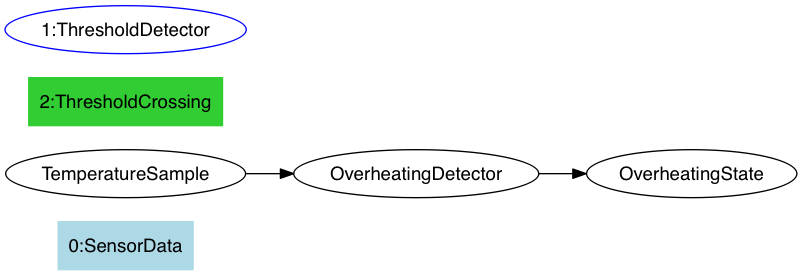
google/detectorgraph keeps this Graphviz diagram as readme_graph.png. Above is the earlier version. Its source is kept beside it as readme_graph.dot.
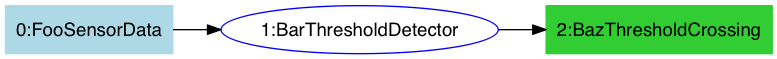
Later version of the same file.

The edit, as a diff of the source:
```diff
@@ -2,9 +2,9 @@
     rankdir = "LR";
     node[fontname=Helvetica];
     size="12,5";
-    "SensorData" [label="0:SensorData",style=filled, shape=box, color=lightblue];
-        "SensorData" -> "ThresholdDetector";
-        "ThresholdDetector" -> "ThresholdCrossing";
-    "ThresholdCrossing" [label="2:ThresholdCrossing",style=filled, shape=box, color=limegreen];
-    "ThresholdDetector" [label="1:ThresholdDetector", color=blue];
+    "FooSensorData" [label="0:FooSensorData",style=filled, shape=box, color=lightblue];
+        "FooSensorData" -> "BarThresholdDetector";
+        "BarThresholdDetector" -> "BazThresholdCrossing";
+    "BazThresholdCrossing" [label="2:BazThresholdCrossing",style=filled, shape=box, color=limegreen];
+    "BarThresholdDetector" [label="1:BarThresholdDetector", color=blue];
 }
```
